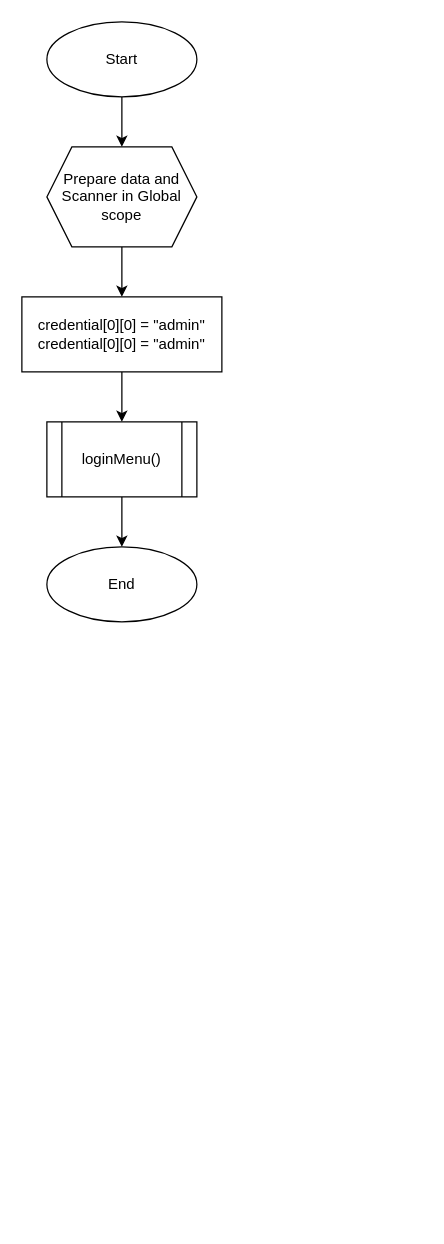
The draw.io diagram page "main" (2 of 28) of Daspro/smt 1/Flowchart/Alternate.drawio in G4CENeiz/Final-Project, before the edit. Source tidied: cells renumbered, new cells numbered last; positions are measured from the earlier drawing's top-left corner, leaving out a move shared by most shapes. Both pictures are drawn from the tidied source at 125%, with x=0, y=0 at pixel (21, 21).
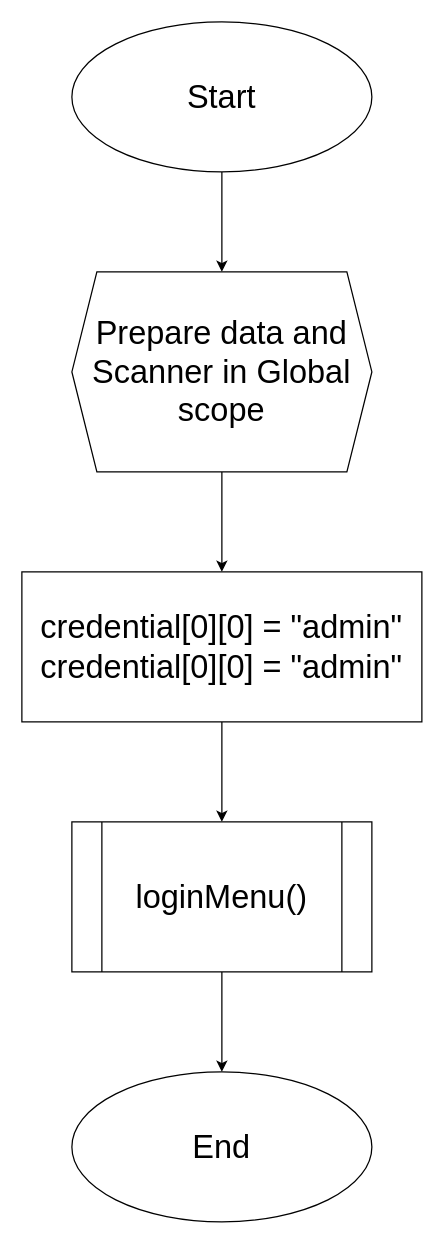
The same page after the edit.

The edit, as a diff of the source:
```diff
@@
 <mxGraphModel>
   <root>
     <mxCell id="0" />
     <mxCell id="1" parent="0" />
-    <mxCell id="2" style="group;" parent="1" vertex="1">
-      <mxGeometry width="160" height="480" as="geometry" />
+    <mxCell id="2" style="group;fontSize=26;" parent="1" vertex="1">
+      <mxGeometry width="320" height="960" as="geometry" />
     </mxCell>
-    <mxCell id="3" value="Start" style="ellipse;whiteSpace=wrap;html=1;" parent="2" vertex="1">
-      <mxGeometry x="20" width="120" height="60" as="geometry" />
+    <mxCell id="3" value="Start" style="ellipse;whiteSpace=wrap;html=1;fontSize=26;" parent="2" vertex="1">
+      <mxGeometry x="40" width="240" height="120" as="geometry" />
     </mxCell>
-    <mxCell id="4" value="Prepare data and Scanner in Global scope" style="shape=hexagon;perimeter=hexagonPerimeter2;whiteSpace=wrap;html=1;fixedSize=1;sketch=0;" parent="2" vertex="1">
-      <mxGeometry x="20" y="100" width="120" height="80" as="geometry" />
+    <mxCell id="4" value="Prepare data and Scanner in Global scope" style="shape=hexagon;perimeter=hexagonPerimeter2;whiteSpace=wrap;html=1;fixedSize=1;sketch=0;fontSize=26;" parent="2" vertex="1">
+      <mxGeometry x="40" y="200" width="240" height="160" as="geometry" />
     </mxCell>
-    <mxCell id="5" style="edgeStyle=orthogonalEdgeStyle;rounded=0;jettySize=auto;html=1;entryX=0.5;entryY=0;entryDx=0;entryDy=0;" parent="2" edge="1" source="3" target="4">
+    <mxCell id="5" style="edgeStyle=orthogonalEdgeStyle;rounded=0;jettySize=auto;html=1;entryX=0.5;entryY=0;entryDx=0;entryDy=0;fontSize=26;" parent="2" edge="1" source="3" target="4">
       <mxGeometry relative="1" as="geometry" />
     </mxCell>
-    <mxCell id="6" value="credential[0][0] = &quot;admin&quot;&lt;br&gt;credential[0][0] = &quot;admin&quot;" style="rounded=0;whiteSpace=wrap;html=1;" parent="2" vertex="1">
-      <mxGeometry y="220" width="160" height="60" as="geometry" />
+    <mxCell id="6" value="credential[0][0] = &quot;admin&quot;&lt;br style=&quot;font-size: 26px;&quot;&gt;credential[0][0] = &quot;admin&quot;" style="rounded=0;whiteSpace=wrap;html=1;fontSize=26;" parent="2" vertex="1">
+      <mxGeometry y="440" width="320" height="120" as="geometry" />
     </mxCell>
-    <mxCell id="7" style="edgeStyle=orthogonalEdgeStyle;rounded=0;jettySize=auto;html=1;entryX=0.5;entryY=0;entryDx=0;entryDy=0;" parent="2" edge="1" source="4" target="6">
+    <mxCell id="7" style="edgeStyle=orthogonalEdgeStyle;rounded=0;jettySize=auto;html=1;entryX=0.5;entryY=0;entryDx=0;entryDy=0;fontSize=26;" parent="2" edge="1" source="4" target="6">
       <mxGeometry relative="1" as="geometry" />
     </mxCell>
-    <mxCell id="8" value="loginMenu()" style="shape=process;whiteSpace=wrap;html=1;backgroundOutline=1;" parent="2" vertex="1">
-      <mxGeometry x="20" y="320" width="120" height="60" as="geometry" />
+    <mxCell id="8" value="loginMenu()" style="shape=process;whiteSpace=wrap;html=1;backgroundOutline=1;fontSize=26;" parent="2" vertex="1">
+      <mxGeometry x="40" y="640" width="240" height="120" as="geometry" />
     </mxCell>
-    <mxCell id="9" style="edgeStyle=orthogonalEdgeStyle;rounded=0;jettySize=auto;html=1;entryX=0.5;entryY=0;entryDx=0;entryDy=0;" parent="2" edge="1" source="6" target="8">
+    <mxCell id="9" style="edgeStyle=orthogonalEdgeStyle;rounded=0;jettySize=auto;html=1;entryX=0.5;entryY=0;entryDx=0;entryDy=0;fontSize=26;" parent="2" edge="1" source="6" target="8">
       <mxGeometry relative="1" as="geometry" />
     </mxCell>
-    <mxCell id="10" value="End" style="ellipse;whiteSpace=wrap;html=1;" parent="2" vertex="1">
-      <mxGeometry x="20" y="420" width="120" height="60" as="geometry" />
+    <mxCell id="10" value="End" style="ellipse;whiteSpace=wrap;html=1;fontSize=26;" parent="2" vertex="1">
+      <mxGeometry x="40" y="840" width="240" height="120" as="geometry" />
     </mxCell>
-    <mxCell id="11" style="edgeStyle=orthogonalEdgeStyle;rounded=0;jettySize=auto;html=1;entryX=0.5;entryY=0;entryDx=0;entryDy=0;" parent="2" edge="1" source="8" target="10">
+    <mxCell id="11" style="edgeStyle=orthogonalEdgeStyle;rounded=0;jettySize=auto;html=1;entryX=0.5;entryY=0;entryDx=0;entryDy=0;fontSize=26;" parent="2" edge="1" source="8" target="10">
       <mxGeometry relative="1" as="geometry" />
     </mxCell>
   </root>
 </mxGraphModel>
```
